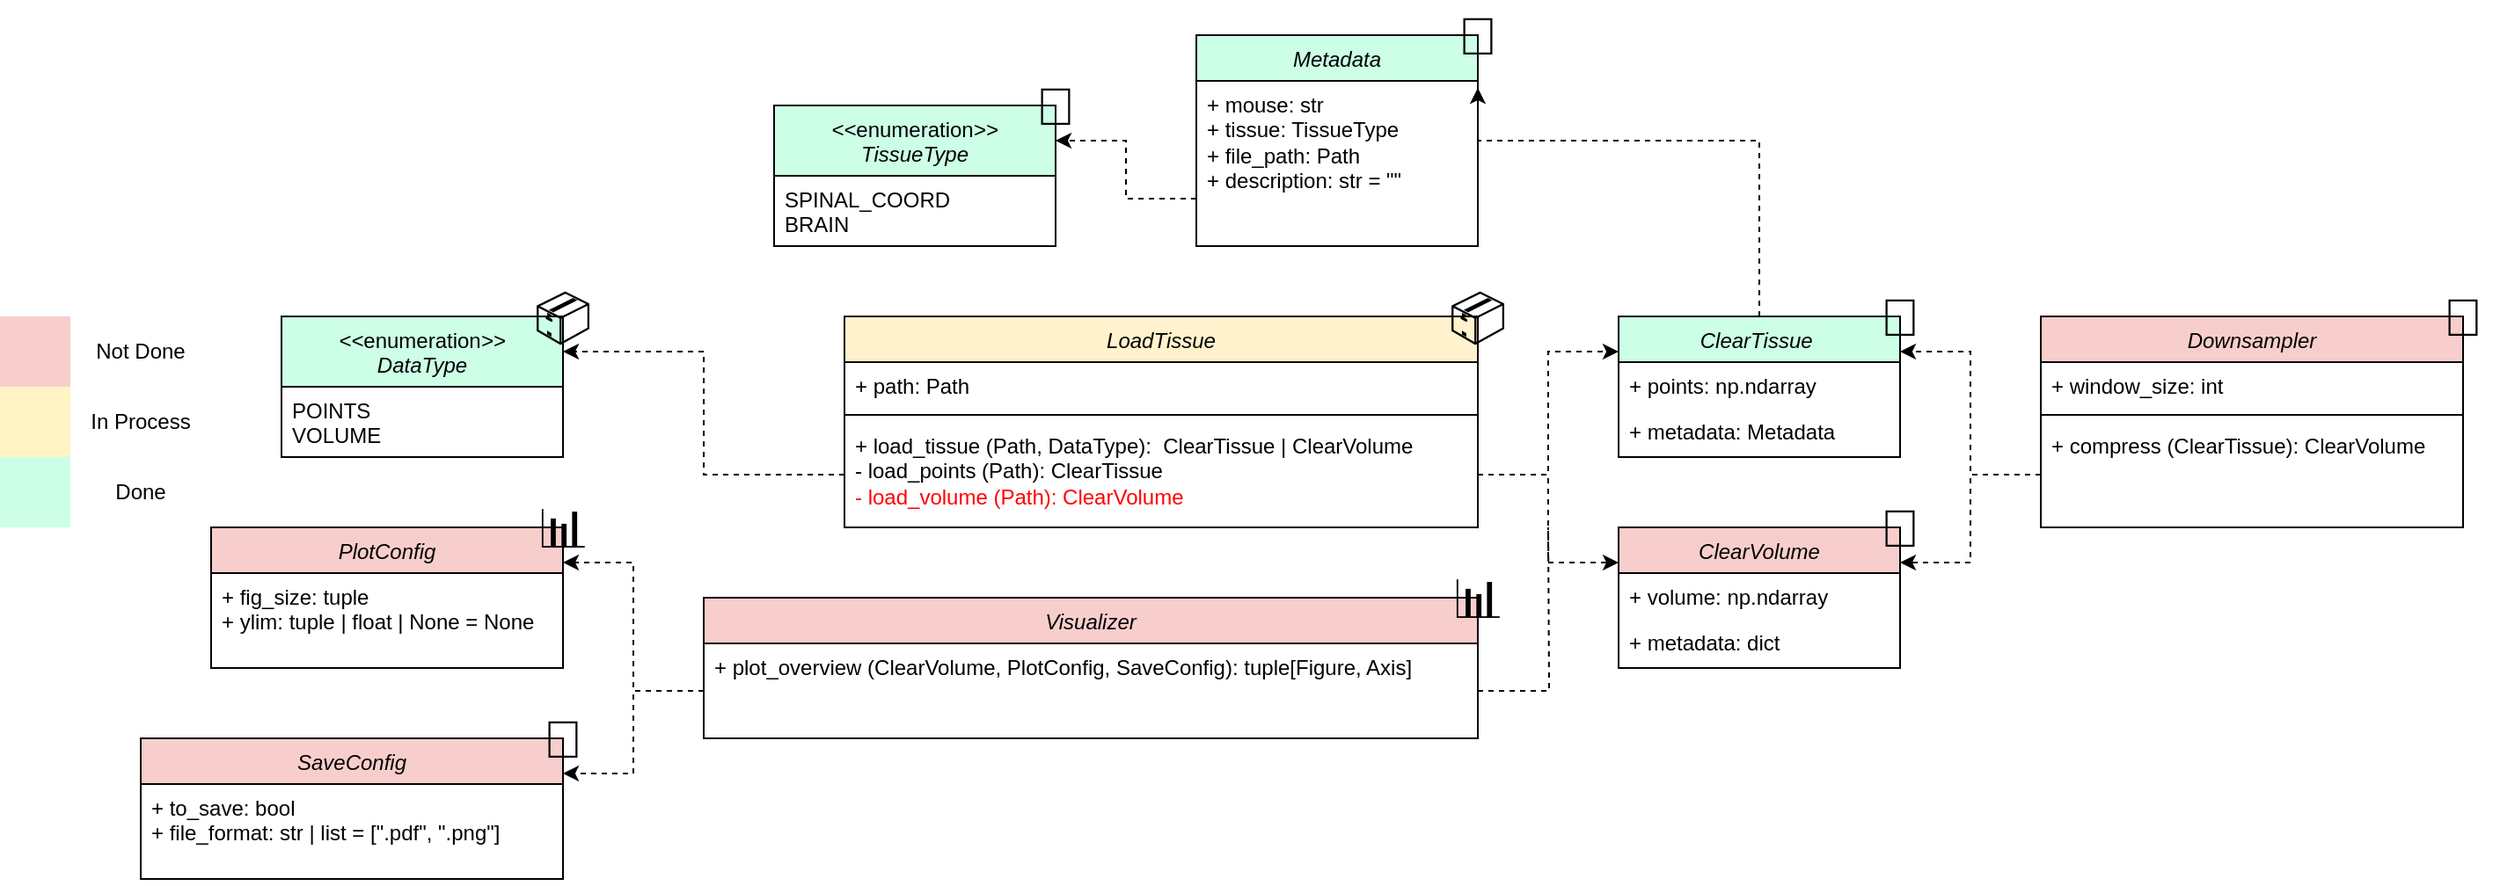
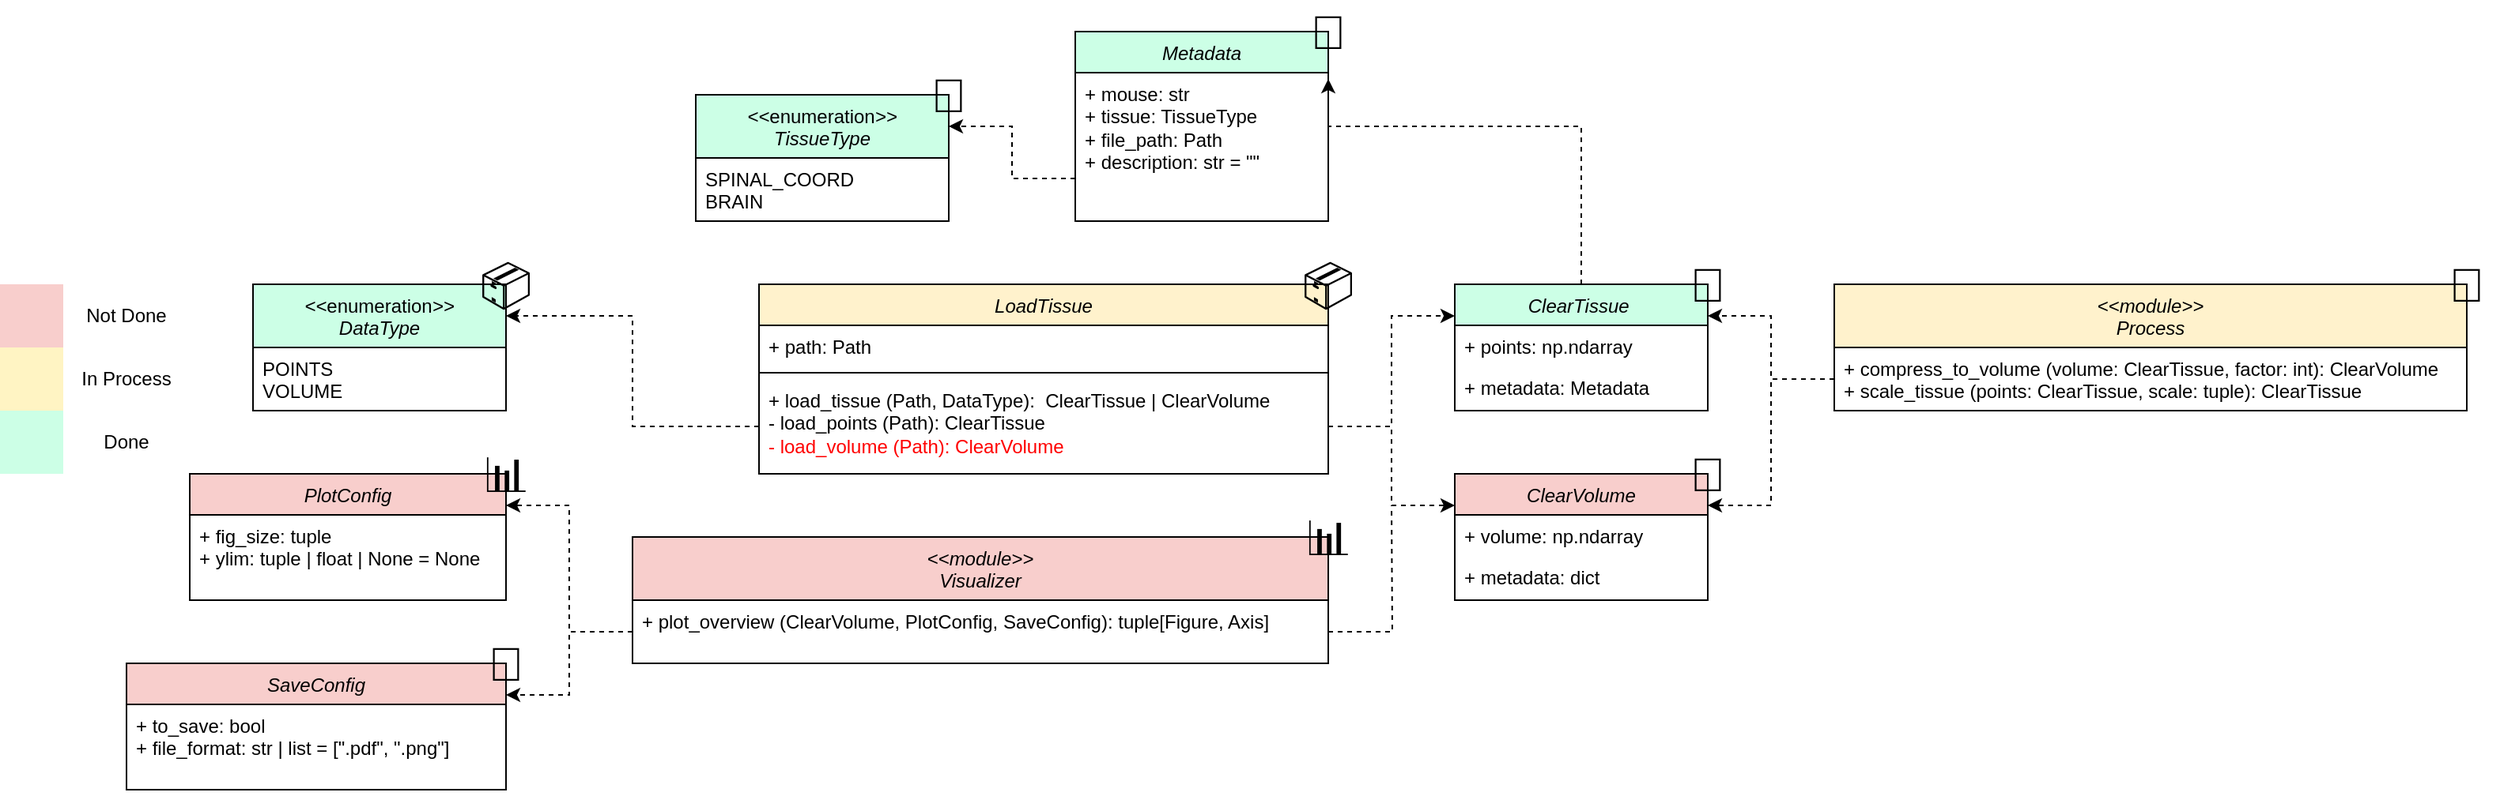
<mxfile host="Electron" agent="Mozilla/5.0 (Macintosh; Intel Mac OS X 10_15_7) AppleWebKit/537.36 (KHTML, like Gecko) draw.io/29.6.1 Chrome/142.0.7444.265 Electron/39.8.0 Safari/537.36" version="29.6.1">
  <diagram id="C5RBs43oDa-KdzZeNtuy" name="Page-1">
-     <mxGraphModel dx="2637" dy="1069" grid="1" gridSize="10" guides="1" tooltips="1" connect="1" arrows="1" fold="1" page="1" pageScale="1" pageWidth="827" pageHeight="1169" math="0" shadow="0">
+     <mxGraphModel dx="2335" dy="891" grid="1" gridSize="10" guides="1" tooltips="1" connect="1" arrows="1" fold="1" page="1" pageScale="1" pageWidth="827" pageHeight="1169" math="0" shadow="0">
      <root>
        <mxCell id="WIyWlLk6GJQsqaUBKTNV-0" />
        <mxCell id="WIyWlLk6GJQsqaUBKTNV-1" parent="WIyWlLk6GJQsqaUBKTNV-0" />
        <mxCell id="zkfFHV4jXpPFQw0GAbJ--0" parent="WIyWlLk6GJQsqaUBKTNV-1" style="swimlane;fontStyle=2;align=center;verticalAlign=top;childLayout=stackLayout;horizontal=1;startSize=26;horizontalStack=0;resizeParent=1;resizeLast=0;collapsible=1;marginBottom=0;rounded=0;shadow=0;strokeWidth=1;fillColor=#CCFFE6;" value="ClearTissue " vertex="1">
          <mxGeometry height="80" width="160" x="600" y="200" as="geometry">
            <mxRectangle height="26" width="160" x="360" y="40" as="alternateBounds" />
          </mxGeometry>
        </mxCell>
        <mxCell id="zkfFHV4jXpPFQw0GAbJ--1" parent="zkfFHV4jXpPFQw0GAbJ--0" style="text;align=left;verticalAlign=top;spacingLeft=4;spacingRight=4;overflow=hidden;rotatable=0;points=[[0,0.5],[1,0.5]];portConstraint=eastwest;" value="+ points: np.ndarray" vertex="1">
          <mxGeometry height="26" width="160" y="26" as="geometry" />
        </mxCell>
        <mxCell id="zkfFHV4jXpPFQw0GAbJ--2" parent="zkfFHV4jXpPFQw0GAbJ--0" style="text;align=left;verticalAlign=top;spacingLeft=4;spacingRight=4;overflow=hidden;rotatable=0;points=[[0,0.5],[1,0.5]];portConstraint=eastwest;rounded=0;shadow=0;html=0;" value="+ metadata: Metadata" vertex="1">
          <mxGeometry height="26" width="160" y="52" as="geometry" />
        </mxCell>
        <mxCell id="KJ-KwieZcmjA-HbrrtZJ-0" parent="WIyWlLk6GJQsqaUBKTNV-1" style="swimlane;fontStyle=1;align=center;verticalAlign=top;childLayout=stackLayout;horizontal=1;startSize=26;horizontalStack=0;resizeParent=1;resizeParentMax=0;resizeLast=0;collapsible=1;marginBottom=0;whiteSpace=wrap;html=1;fillColor=#FFF2CC;" value="&lt;i style=&quot;font-weight: normal;&quot;&gt;LoadTissue&lt;/i&gt;" vertex="1">
          <mxGeometry height="120" width="360" x="160" y="200" as="geometry" />
        </mxCell>
        <mxCell id="KJ-KwieZcmjA-HbrrtZJ-1" parent="KJ-KwieZcmjA-HbrrtZJ-0" style="text;strokeColor=none;fillColor=none;align=left;verticalAlign=top;spacingLeft=4;spacingRight=4;overflow=hidden;rotatable=0;points=[[0,0.5],[1,0.5]];portConstraint=eastwest;whiteSpace=wrap;html=1;" value="+ path: Path" vertex="1">
          <mxGeometry height="26" width="360" y="26" as="geometry" />
        </mxCell>
        <mxCell id="KJ-KwieZcmjA-HbrrtZJ-2" parent="KJ-KwieZcmjA-HbrrtZJ-0" style="line;strokeWidth=1;fillColor=none;align=left;verticalAlign=middle;spacingTop=-1;spacingLeft=3;spacingRight=3;rotatable=0;labelPosition=right;points=[];portConstraint=eastwest;strokeColor=inherit;" value="" vertex="1">
          <mxGeometry height="8" width="360" y="52" as="geometry" />
        </mxCell>
        <mxCell id="KJ-KwieZcmjA-HbrrtZJ-3" parent="KJ-KwieZcmjA-HbrrtZJ-0" style="text;strokeColor=none;fillColor=none;align=left;verticalAlign=top;spacingLeft=4;spacingRight=4;overflow=hidden;rotatable=0;points=[[0,0.5],[1,0.5]];portConstraint=eastwest;whiteSpace=wrap;html=1;" value="+ load_tissue (&lt;span style=&quot;background-color: transparent; color: light-dark(rgb(0, 0, 0), rgb(255, 255, 255));&quot;&gt;Path,&amp;nbsp;&lt;/span&gt;&lt;span style=&quot;text-align: center;&quot;&gt;DataType&lt;/span&gt;&lt;span style=&quot;background-color: transparent; color: light-dark(rgb(0, 0, 0), rgb(255, 255, 255));&quot;&gt;):&amp;nbsp; ClearTissue | ClearVolume&lt;/span&gt;&lt;div&gt;&lt;span style=&quot;background-color: transparent; color: light-dark(rgb(0, 0, 0), rgb(255, 255, 255));&quot;&gt;- load_points (Path): ClearTissue&lt;/span&gt;&lt;/div&gt;&lt;div&gt;&lt;span style=&quot;background-color: transparent;&quot;&gt;&lt;font style=&quot;color: light-dark(rgb(255, 0, 0), rgb(255, 255, 255));&quot;&gt;- load_volume (Path): ClearVolume&lt;/font&gt;&lt;/span&gt;&lt;/div&gt;" vertex="1">
          <mxGeometry height="60" width="360" y="60" as="geometry" />
        </mxCell>
        <mxCell id="KJ-KwieZcmjA-HbrrtZJ-9" parent="WIyWlLk6GJQsqaUBKTNV-1" style="swimlane;fontStyle=1;align=center;verticalAlign=top;childLayout=stackLayout;horizontal=1;startSize=40;horizontalStack=0;resizeParent=1;resizeParentMax=0;resizeLast=0;collapsible=1;marginBottom=0;whiteSpace=wrap;html=1;fillColor=#CCFFE6;" value="&lt;i style=&quot;font-weight: 400;&quot;&gt;&amp;lt;&amp;lt;&lt;/i&gt;&lt;span style=&quot;font-weight: 400;&quot;&gt;enumeration&lt;/span&gt;&lt;i style=&quot;font-weight: 400;&quot;&gt;&amp;gt;&amp;gt;&lt;/i&gt;&lt;br style=&quot;font-weight: 400;&quot;&gt;&lt;i style=&quot;font-weight: 400;&quot;&gt;DataType&lt;/i&gt;" vertex="1">
          <mxGeometry height="80" width="160" x="-160" y="200" as="geometry" />
        </mxCell>
        <mxCell id="KJ-KwieZcmjA-HbrrtZJ-10" parent="KJ-KwieZcmjA-HbrrtZJ-9" style="text;strokeColor=none;fillColor=none;align=left;verticalAlign=top;spacingLeft=4;spacingRight=4;overflow=hidden;rotatable=0;points=[[0,0.5],[1,0.5]];portConstraint=eastwest;whiteSpace=wrap;html=1;" value="POINTS&lt;div&gt;VOLUME&lt;/div&gt;" vertex="1">
          <mxGeometry height="40" width="160" y="40" as="geometry" />
        </mxCell>
        <mxCell id="KJ-KwieZcmjA-HbrrtZJ-14" edge="1" parent="WIyWlLk6GJQsqaUBKTNV-1" source="KJ-KwieZcmjA-HbrrtZJ-3" style="edgeStyle=orthogonalEdgeStyle;rounded=0;orthogonalLoop=1;jettySize=auto;html=1;exitX=0;exitY=0.5;exitDx=0;exitDy=0;entryX=1;entryY=0.25;entryDx=0;entryDy=0;dashed=1;" target="KJ-KwieZcmjA-HbrrtZJ-9">
          <mxGeometry relative="1" as="geometry" />
        </mxCell>
        <mxCell id="KJ-KwieZcmjA-HbrrtZJ-15" edge="1" parent="WIyWlLk6GJQsqaUBKTNV-1" source="KJ-KwieZcmjA-HbrrtZJ-3" style="edgeStyle=orthogonalEdgeStyle;rounded=0;orthogonalLoop=1;jettySize=auto;html=1;exitX=1;exitY=0.5;exitDx=0;exitDy=0;entryX=0;entryY=0.25;entryDx=0;entryDy=0;dashed=1;" target="zkfFHV4jXpPFQw0GAbJ--0">
          <mxGeometry relative="1" as="geometry" />
        </mxCell>
        <mxCell id="KJ-KwieZcmjA-HbrrtZJ-16" parent="WIyWlLk6GJQsqaUBKTNV-1" style="swimlane;fontStyle=2;align=center;verticalAlign=top;childLayout=stackLayout;horizontal=1;startSize=26;horizontalStack=0;resizeParent=1;resizeLast=0;collapsible=1;marginBottom=0;rounded=0;shadow=0;strokeWidth=1;fillColor=#F8CECC;" value="ClearVolume" vertex="1">
          <mxGeometry height="80" width="160" x="600" y="320" as="geometry">
            <mxRectangle height="26" width="160" x="360" y="40" as="alternateBounds" />
          </mxGeometry>
        </mxCell>
        <mxCell id="KJ-KwieZcmjA-HbrrtZJ-17" parent="KJ-KwieZcmjA-HbrrtZJ-16" style="text;align=left;verticalAlign=top;spacingLeft=4;spacingRight=4;overflow=hidden;rotatable=0;points=[[0,0.5],[1,0.5]];portConstraint=eastwest;" value="+ volume: np.ndarray" vertex="1">
          <mxGeometry height="26" width="160" y="26" as="geometry" />
        </mxCell>
        <mxCell id="KJ-KwieZcmjA-HbrrtZJ-18" parent="KJ-KwieZcmjA-HbrrtZJ-16" style="text;align=left;verticalAlign=top;spacingLeft=4;spacingRight=4;overflow=hidden;rotatable=0;points=[[0,0.5],[1,0.5]];portConstraint=eastwest;rounded=0;shadow=0;html=0;" value="+ metadata: dict" vertex="1">
          <mxGeometry height="26" width="160" y="52" as="geometry" />
        </mxCell>
        <mxCell id="KJ-KwieZcmjA-HbrrtZJ-19" edge="1" parent="WIyWlLk6GJQsqaUBKTNV-1" source="KJ-KwieZcmjA-HbrrtZJ-3" style="edgeStyle=orthogonalEdgeStyle;rounded=0;orthogonalLoop=1;jettySize=auto;html=1;exitX=1;exitY=0.5;exitDx=0;exitDy=0;entryX=0;entryY=0.25;entryDx=0;entryDy=0;dashed=1;" target="KJ-KwieZcmjA-HbrrtZJ-16">
          <mxGeometry relative="1" as="geometry" />
        </mxCell>
-         <mxCell id="KJ-KwieZcmjA-HbrrtZJ-23" parent="WIyWlLk6GJQsqaUBKTNV-1" style="swimlane;fontStyle=1;align=center;verticalAlign=top;childLayout=stackLayout;horizontal=1;startSize=26;horizontalStack=0;resizeParent=1;resizeParentMax=0;resizeLast=0;collapsible=1;marginBottom=0;whiteSpace=wrap;html=1;fillColor=#F8CECC;" value="&lt;i style=&quot;font-weight: normal;&quot;&gt;Downsampler&lt;/i&gt;" vertex="1">
-           <mxGeometry height="120" width="240" x="840" y="200" as="geometry" />
+         <mxCell id="KJ-KwieZcmjA-HbrrtZJ-23" parent="WIyWlLk6GJQsqaUBKTNV-1" style="swimlane;fontStyle=1;align=center;verticalAlign=top;childLayout=stackLayout;horizontal=1;startSize=40;horizontalStack=0;resizeParent=1;resizeParentMax=0;resizeLast=0;collapsible=1;marginBottom=0;whiteSpace=wrap;html=1;fillColor=#FFF2CC;" value="&lt;div&gt;&lt;i style=&quot;font-weight: normal;&quot;&gt;&amp;lt;&amp;lt;module&amp;gt;&amp;gt;&lt;/i&gt;&lt;/div&gt;&lt;i style=&quot;font-weight: normal;&quot;&gt;Process&lt;/i&gt;" vertex="1">
+           <mxGeometry height="80" width="400" x="840" y="200" as="geometry" />
        </mxCell>
-         <mxCell id="KJ-KwieZcmjA-HbrrtZJ-24" parent="KJ-KwieZcmjA-HbrrtZJ-23" style="text;strokeColor=none;fillColor=none;align=left;verticalAlign=top;spacingLeft=4;spacingRight=4;overflow=hidden;rotatable=0;points=[[0,0.5],[1,0.5]];portConstraint=eastwest;whiteSpace=wrap;html=1;" value="+ window_size: int" vertex="1">
-           <mxGeometry height="26" width="240" y="26" as="geometry" />
-         </mxCell>
-         <mxCell id="KJ-KwieZcmjA-HbrrtZJ-25" parent="KJ-KwieZcmjA-HbrrtZJ-23" style="line;strokeWidth=1;fillColor=none;align=left;verticalAlign=middle;spacingTop=-1;spacingLeft=3;spacingRight=3;rotatable=0;labelPosition=right;points=[];portConstraint=eastwest;strokeColor=inherit;" value="" vertex="1">
-           <mxGeometry height="8" width="240" y="52" as="geometry" />
-         </mxCell>
-         <mxCell id="KJ-KwieZcmjA-HbrrtZJ-26" parent="KJ-KwieZcmjA-HbrrtZJ-23" style="text;strokeColor=none;fillColor=none;align=left;verticalAlign=top;spacingLeft=4;spacingRight=4;overflow=hidden;rotatable=0;points=[[0,0.5],[1,0.5]];portConstraint=eastwest;whiteSpace=wrap;html=1;" value="+ compress (ClearTissue): ClearVolume" vertex="1">
-           <mxGeometry height="60" width="240" y="60" as="geometry" />
+         <mxCell id="KJ-KwieZcmjA-HbrrtZJ-26" parent="KJ-KwieZcmjA-HbrrtZJ-23" style="text;strokeColor=none;fillColor=none;align=left;verticalAlign=top;spacingLeft=4;spacingRight=4;overflow=hidden;rotatable=0;points=[[0,0.5],[1,0.5]];portConstraint=eastwest;whiteSpace=wrap;html=1;" value="+ compress_to_volume (volume: ClearTissue, factor: int): ClearVolume&lt;div&gt;+ scale_tissue (points: ClearTissue, scale: tuple): ClearTissue&lt;/div&gt;" vertex="1">
+           <mxGeometry height="40" width="400" y="40" as="geometry" />
        </mxCell>
        <mxCell id="KJ-KwieZcmjA-HbrrtZJ-27" edge="1" parent="WIyWlLk6GJQsqaUBKTNV-1" source="KJ-KwieZcmjA-HbrrtZJ-26" style="edgeStyle=orthogonalEdgeStyle;rounded=0;orthogonalLoop=1;jettySize=auto;html=1;exitX=0;exitY=0.5;exitDx=0;exitDy=0;entryX=1;entryY=0.25;entryDx=0;entryDy=0;dashed=1;" target="zkfFHV4jXpPFQw0GAbJ--0">
          <mxGeometry relative="1" as="geometry" />
        </mxCell>
        <mxCell id="KJ-KwieZcmjA-HbrrtZJ-28" edge="1" parent="WIyWlLk6GJQsqaUBKTNV-1" source="KJ-KwieZcmjA-HbrrtZJ-26" style="edgeStyle=orthogonalEdgeStyle;rounded=0;orthogonalLoop=1;jettySize=auto;html=1;exitX=0;exitY=0.5;exitDx=0;exitDy=0;entryX=1;entryY=0.25;entryDx=0;entryDy=0;dashed=1;" target="KJ-KwieZcmjA-HbrrtZJ-16">
          <mxGeometry relative="1" as="geometry" />
        </mxCell>
-         <mxCell id="KJ-KwieZcmjA-HbrrtZJ-29" parent="WIyWlLk6GJQsqaUBKTNV-1" style="swimlane;fontStyle=1;align=center;verticalAlign=top;childLayout=stackLayout;horizontal=1;startSize=26;horizontalStack=0;resizeParent=1;resizeParentMax=0;resizeLast=0;collapsible=1;marginBottom=0;whiteSpace=wrap;html=1;fillColor=#F8CECC;" value="&lt;i style=&quot;font-weight: normal;&quot;&gt;Visualizer&lt;/i&gt;" vertex="1">
+         <mxCell id="KJ-KwieZcmjA-HbrrtZJ-29" parent="WIyWlLk6GJQsqaUBKTNV-1" style="swimlane;fontStyle=1;align=center;verticalAlign=top;childLayout=stackLayout;horizontal=1;startSize=40;horizontalStack=0;resizeParent=1;resizeParentMax=0;resizeLast=0;collapsible=1;marginBottom=0;whiteSpace=wrap;html=1;fillColor=#F8CECC;" value="&lt;div&gt;&lt;i style=&quot;font-weight: normal;&quot;&gt;&amp;lt;&amp;lt;module&amp;gt;&amp;gt;&lt;/i&gt;&lt;i style=&quot;font-weight: normal;&quot;&gt;&lt;/i&gt;&lt;/div&gt;&lt;i style=&quot;font-weight: normal;&quot;&gt;Visualizer&lt;/i&gt;" vertex="1">
          <mxGeometry height="80" width="440" x="80" y="360" as="geometry" />
        </mxCell>
        <mxCell id="KJ-KwieZcmjA-HbrrtZJ-32" parent="KJ-KwieZcmjA-HbrrtZJ-29" style="text;strokeColor=none;fillColor=none;align=left;verticalAlign=top;spacingLeft=4;spacingRight=4;overflow=hidden;rotatable=0;points=[[0,0.5],[1,0.5]];portConstraint=eastwest;whiteSpace=wrap;html=1;" value="+ plot_overview (ClearVolume, PlotConfig, SaveConfig): tuple[Figure, Axis]" vertex="1">
-           <mxGeometry height="54" width="440" y="26" as="geometry" />
+           <mxGeometry height="40" width="440" y="40" as="geometry" />
        </mxCell>
        <mxCell id="KJ-KwieZcmjA-HbrrtZJ-33" parent="WIyWlLk6GJQsqaUBKTNV-1" style="swimlane;fontStyle=1;align=center;verticalAlign=top;childLayout=stackLayout;horizontal=1;startSize=26;horizontalStack=0;resizeParent=1;resizeParentMax=0;resizeLast=0;collapsible=1;marginBottom=0;whiteSpace=wrap;html=1;fillColor=#F8CECC;" value="&lt;i style=&quot;font-weight: normal;&quot;&gt;PlotConfig&lt;/i&gt;" vertex="1">
          <mxGeometry height="80" width="200" x="-200" y="320" as="geometry" />
        </mxCell>
        <mxCell id="KJ-KwieZcmjA-HbrrtZJ-34" parent="KJ-KwieZcmjA-HbrrtZJ-33" style="text;strokeColor=none;fillColor=none;align=left;verticalAlign=top;spacingLeft=4;spacingRight=4;overflow=hidden;rotatable=0;points=[[0,0.5],[1,0.5]];portConstraint=eastwest;whiteSpace=wrap;html=1;" value="+ fig_size: tuple&lt;div&gt;+ ylim: tuple | float | None = None&lt;/div&gt;" vertex="1">
          <mxGeometry height="54" width="200" y="26" as="geometry" />
        </mxCell>
        <mxCell id="KJ-KwieZcmjA-HbrrtZJ-37" parent="WIyWlLk6GJQsqaUBKTNV-1" style="swimlane;fontStyle=1;align=center;verticalAlign=top;childLayout=stackLayout;horizontal=1;startSize=26;horizontalStack=0;resizeParent=1;resizeParentMax=0;resizeLast=0;collapsible=1;marginBottom=0;whiteSpace=wrap;html=1;fillColor=#F8CECC;" value="&lt;i style=&quot;font-weight: normal;&quot;&gt;SaveConfig&lt;/i&gt;" vertex="1">
          <mxGeometry height="80" width="240" x="-240" y="440" as="geometry" />
        </mxCell>
        <mxCell id="KJ-KwieZcmjA-HbrrtZJ-38" parent="KJ-KwieZcmjA-HbrrtZJ-37" style="text;strokeColor=none;fillColor=none;align=left;verticalAlign=top;spacingLeft=4;spacingRight=4;overflow=hidden;rotatable=0;points=[[0,0.5],[1,0.5]];portConstraint=eastwest;whiteSpace=wrap;html=1;" value="+ to_save&lt;span style=&quot;background-color: transparent; color: light-dark(rgb(0, 0, 0), rgb(255, 255, 255));&quot;&gt;: bool&lt;/span&gt;&lt;div&gt;&lt;div&gt;+ file_format: str | list = [&quot;.pdf&quot;, &quot;.png&quot;]&lt;/div&gt;&lt;/div&gt;" vertex="1">
          <mxGeometry height="54" width="240" y="26" as="geometry" />
        </mxCell>
        <mxCell id="KJ-KwieZcmjA-HbrrtZJ-40" edge="1" parent="WIyWlLk6GJQsqaUBKTNV-1" source="KJ-KwieZcmjA-HbrrtZJ-32" style="edgeStyle=orthogonalEdgeStyle;rounded=0;orthogonalLoop=1;jettySize=auto;html=1;exitX=0;exitY=0.5;exitDx=0;exitDy=0;entryX=1;entryY=0.25;entryDx=0;entryDy=0;dashed=1;" target="KJ-KwieZcmjA-HbrrtZJ-37">
          <mxGeometry relative="1" as="geometry">
            <Array as="points">
-               <mxPoint x="40" y="413" />
+               <mxPoint x="40" y="420" />
              <mxPoint x="40" y="460" />
            </Array>
          </mxGeometry>
        </mxCell>
        <mxCell id="KJ-KwieZcmjA-HbrrtZJ-41" edge="1" parent="WIyWlLk6GJQsqaUBKTNV-1" source="KJ-KwieZcmjA-HbrrtZJ-32" style="edgeStyle=orthogonalEdgeStyle;rounded=0;orthogonalLoop=1;jettySize=auto;html=1;exitX=1;exitY=0.5;exitDx=0;exitDy=0;dashed=1;strokeWidth=1;endArrow=none;endFill=0;">
          <mxGeometry relative="1" as="geometry">
-             <mxPoint x="560" y="320" as="targetPoint" />
+             <mxPoint x="560" y="340" as="targetPoint" />
          </mxGeometry>
        </mxCell>
        <mxCell id="KJ-KwieZcmjA-HbrrtZJ-42" edge="1" parent="WIyWlLk6GJQsqaUBKTNV-1" source="KJ-KwieZcmjA-HbrrtZJ-32" style="edgeStyle=orthogonalEdgeStyle;rounded=0;orthogonalLoop=1;jettySize=auto;html=1;exitX=0;exitY=0.5;exitDx=0;exitDy=0;entryX=1;entryY=0.25;entryDx=0;entryDy=0;dashed=1;" target="KJ-KwieZcmjA-HbrrtZJ-33">
-           <mxGeometry relative="1" as="geometry" />
+           <mxGeometry relative="1" as="geometry">
+             <Array as="points">
+               <mxPoint x="40" y="420" />
+               <mxPoint x="40" y="340" />
+             </Array>
+           </mxGeometry>
        </mxCell>
        <mxCell id="KJ-KwieZcmjA-HbrrtZJ-43" parent="WIyWlLk6GJQsqaUBKTNV-1" style="rounded=0;whiteSpace=wrap;html=1;strokeColor=none;fillColor=#CCFFE6;" value="" vertex="1">
          <mxGeometry height="40" width="40" x="-320" y="280" as="geometry" />
        </mxCell>
        <mxCell id="KJ-KwieZcmjA-HbrrtZJ-44" parent="WIyWlLk6GJQsqaUBKTNV-1" style="rounded=0;whiteSpace=wrap;html=1;strokeColor=none;fillColor=#FFF4C3;" value="" vertex="1">
          <mxGeometry height="40" width="40" x="-320" y="240" as="geometry" />
        </mxCell>
        <mxCell id="KJ-KwieZcmjA-HbrrtZJ-45" parent="WIyWlLk6GJQsqaUBKTNV-1" style="rounded=0;whiteSpace=wrap;html=1;strokeColor=none;fillColor=#F8CECC;" value="" vertex="1">
          <mxGeometry height="40" width="40" x="-320" y="200" as="geometry" />
        </mxCell>
        <mxCell id="KJ-KwieZcmjA-HbrrtZJ-46" parent="WIyWlLk6GJQsqaUBKTNV-1" style="text;html=1;whiteSpace=wrap;strokeColor=none;fillColor=none;align=center;verticalAlign=middle;rounded=0;" value="Not Done" vertex="1">
          <mxGeometry height="40" width="80" x="-280" y="200" as="geometry" />
        </mxCell>
        <mxCell id="KJ-KwieZcmjA-HbrrtZJ-47" parent="WIyWlLk6GJQsqaUBKTNV-1" style="text;html=1;whiteSpace=wrap;strokeColor=none;fillColor=none;align=center;verticalAlign=middle;rounded=0;" value="In Process" vertex="1">
          <mxGeometry height="40" width="80" x="-280" y="240" as="geometry" />
        </mxCell>
        <mxCell id="KJ-KwieZcmjA-HbrrtZJ-48" parent="WIyWlLk6GJQsqaUBKTNV-1" style="text;html=1;whiteSpace=wrap;strokeColor=none;fillColor=none;align=center;verticalAlign=middle;rounded=0;" value="Done" vertex="1">
          <mxGeometry height="40" width="80" x="-280" y="280" as="geometry" />
        </mxCell>
        <mxCell id="KJ-KwieZcmjA-HbrrtZJ-49" parent="WIyWlLk6GJQsqaUBKTNV-1" style="text;html=1;whiteSpace=wrap;strokeColor=none;fillColor=none;align=center;verticalAlign=middle;rounded=0;fontSize=30;" value="📦" vertex="1">
          <mxGeometry height="40" width="40" x="-20" y="180" as="geometry" />
        </mxCell>
        <mxCell id="KJ-KwieZcmjA-HbrrtZJ-51" parent="WIyWlLk6GJQsqaUBKTNV-1" style="text;html=1;whiteSpace=wrap;strokeColor=none;fillColor=none;align=center;verticalAlign=middle;rounded=0;fontSize=30;" value="📦" vertex="1">
          <mxGeometry height="40" width="40" x="500" y="180" as="geometry" />
        </mxCell>
        <mxCell id="KJ-KwieZcmjA-HbrrtZJ-52" parent="WIyWlLk6GJQsqaUBKTNV-1" style="text;html=1;whiteSpace=wrap;strokeColor=none;fillColor=none;align=center;verticalAlign=middle;rounded=0;fontSize=30;" value="🧪" vertex="1">
          <mxGeometry height="40" width="40" x="740" y="180" as="geometry" />
        </mxCell>
        <mxCell id="KJ-KwieZcmjA-HbrrtZJ-53" parent="WIyWlLk6GJQsqaUBKTNV-1" style="text;html=1;whiteSpace=wrap;strokeColor=none;fillColor=none;align=center;verticalAlign=middle;rounded=0;fontSize=30;" value="🧪" vertex="1">
          <mxGeometry height="40" width="40" x="740" y="300" as="geometry" />
        </mxCell>
        <mxCell id="KJ-KwieZcmjA-HbrrtZJ-54" parent="WIyWlLk6GJQsqaUBKTNV-1" style="text;html=1;whiteSpace=wrap;strokeColor=none;fillColor=none;align=center;verticalAlign=middle;rounded=0;fontSize=30;" value="📊" vertex="1">
          <mxGeometry height="40" width="40" x="500" y="340" as="geometry" />
        </mxCell>
        <mxCell id="KJ-KwieZcmjA-HbrrtZJ-55" parent="WIyWlLk6GJQsqaUBKTNV-1" style="text;html=1;whiteSpace=wrap;strokeColor=none;fillColor=none;align=center;verticalAlign=middle;rounded=0;fontSize=30;" value="📊" vertex="1">
          <mxGeometry height="40" width="40" x="-20" y="300" as="geometry" />
        </mxCell>
        <mxCell id="KJ-KwieZcmjA-HbrrtZJ-56" parent="WIyWlLk6GJQsqaUBKTNV-1" style="text;html=1;whiteSpace=wrap;strokeColor=none;fillColor=none;align=center;verticalAlign=middle;rounded=0;fontSize=30;" value="💾" vertex="1">
          <mxGeometry height="40" width="40" x="-20" y="420" as="geometry" />
        </mxCell>
        <mxCell id="KJ-KwieZcmjA-HbrrtZJ-57" parent="WIyWlLk6GJQsqaUBKTNV-1" style="text;html=1;whiteSpace=wrap;strokeColor=none;fillColor=none;align=center;verticalAlign=middle;rounded=0;fontSize=30;" value="🍔" vertex="1">
-           <mxGeometry height="40" width="40" x="1060" y="180" as="geometry" />
+           <mxGeometry height="40" width="40" x="1220" y="180" as="geometry" />
        </mxCell>
        <mxCell id="KJ-KwieZcmjA-HbrrtZJ-58" parent="WIyWlLk6GJQsqaUBKTNV-1" style="swimlane;fontStyle=1;align=center;verticalAlign=top;childLayout=stackLayout;horizontal=1;startSize=26;horizontalStack=0;resizeParent=1;resizeParentMax=0;resizeLast=0;collapsible=1;marginBottom=0;whiteSpace=wrap;html=1;fillColor=#CCFFE6;" value="&lt;i style=&quot;font-weight: normal;&quot;&gt;Metadata&lt;/i&gt;" vertex="1">
          <mxGeometry height="120" width="160" x="360" y="40" as="geometry" />
        </mxCell>
        <mxCell id="KJ-KwieZcmjA-HbrrtZJ-59" parent="KJ-KwieZcmjA-HbrrtZJ-58" style="text;strokeColor=none;fillColor=none;align=left;verticalAlign=top;spacingLeft=4;spacingRight=4;overflow=hidden;rotatable=0;points=[[0,0.5],[1,0.5]];portConstraint=eastwest;whiteSpace=wrap;html=1;" value="+ mouse: str&lt;div&gt;+ tissue: TissueType&lt;/div&gt;&lt;div&gt;+ file_path: Path&lt;/div&gt;&lt;div&gt;+ description: str = &quot;&quot;&lt;/div&gt;" vertex="1">
          <mxGeometry height="94" width="160" y="26" as="geometry" />
        </mxCell>
        <mxCell id="KJ-KwieZcmjA-HbrrtZJ-60" parent="WIyWlLk6GJQsqaUBKTNV-1" style="text;html=1;whiteSpace=wrap;strokeColor=none;fillColor=none;align=center;verticalAlign=middle;rounded=0;fontSize=30;" value="🔎" vertex="1">
          <mxGeometry height="40" width="40" x="500" y="20" as="geometry" />
        </mxCell>
        <mxCell id="KJ-KwieZcmjA-HbrrtZJ-61" edge="1" parent="WIyWlLk6GJQsqaUBKTNV-1" source="zkfFHV4jXpPFQw0GAbJ--0" style="edgeStyle=orthogonalEdgeStyle;rounded=0;orthogonalLoop=1;jettySize=auto;html=1;exitX=0.5;exitY=0;exitDx=0;exitDy=0;entryX=1;entryY=0.25;entryDx=0;entryDy=0;dashed=1;" target="KJ-KwieZcmjA-HbrrtZJ-58">
          <mxGeometry relative="1" as="geometry">
            <Array as="points">
              <mxPoint x="680" y="100" />
            </Array>
            <mxPoint x="630" y="100" as="targetPoint" />
          </mxGeometry>
        </mxCell>
        <mxCell id="KJ-KwieZcmjA-HbrrtZJ-62" parent="WIyWlLk6GJQsqaUBKTNV-1" style="swimlane;fontStyle=1;align=center;verticalAlign=top;childLayout=stackLayout;horizontal=1;startSize=40;horizontalStack=0;resizeParent=1;resizeParentMax=0;resizeLast=0;collapsible=1;marginBottom=0;whiteSpace=wrap;html=1;fillColor=#CCFFE6;" value="&lt;i style=&quot;font-weight: 400;&quot;&gt;&amp;lt;&amp;lt;&lt;/i&gt;&lt;span style=&quot;font-weight: 400;&quot;&gt;enumeration&lt;/span&gt;&lt;i style=&quot;font-weight: 400;&quot;&gt;&amp;gt;&amp;gt;&lt;/i&gt;&lt;br style=&quot;font-weight: 400;&quot;&gt;&lt;i style=&quot;font-weight: 400;&quot;&gt;TissueType&lt;/i&gt;" vertex="1">
          <mxGeometry height="80" width="160" x="120" y="80" as="geometry" />
        </mxCell>
        <mxCell id="KJ-KwieZcmjA-HbrrtZJ-63" parent="KJ-KwieZcmjA-HbrrtZJ-62" style="text;strokeColor=none;fillColor=none;align=left;verticalAlign=top;spacingLeft=4;spacingRight=4;overflow=hidden;rotatable=0;points=[[0,0.5],[1,0.5]];portConstraint=eastwest;whiteSpace=wrap;html=1;" value="SPINAL_COORD&lt;div&gt;BRAIN&lt;/div&gt;" vertex="1">
          <mxGeometry height="40" width="160" y="40" as="geometry" />
        </mxCell>
        <mxCell id="KJ-KwieZcmjA-HbrrtZJ-64" parent="WIyWlLk6GJQsqaUBKTNV-1" style="text;html=1;whiteSpace=wrap;strokeColor=none;fillColor=none;align=center;verticalAlign=middle;rounded=0;fontSize=30;" value="🧪" vertex="1">
          <mxGeometry height="40" width="40" x="260" y="60" as="geometry" />
        </mxCell>
        <mxCell id="KJ-KwieZcmjA-HbrrtZJ-65" edge="1" parent="WIyWlLk6GJQsqaUBKTNV-1" source="KJ-KwieZcmjA-HbrrtZJ-59" style="edgeStyle=orthogonalEdgeStyle;rounded=0;orthogonalLoop=1;jettySize=auto;html=1;entryX=1;entryY=0.25;entryDx=0;entryDy=0;dashed=1;" target="KJ-KwieZcmjA-HbrrtZJ-62" value="">
          <mxGeometry relative="1" as="geometry">
            <Array as="points">
              <mxPoint x="320" y="133" />
              <mxPoint x="320" y="100" />
            </Array>
          </mxGeometry>
        </mxCell>
      </root>
    </mxGraphModel>
  </diagram>
</mxfile>
